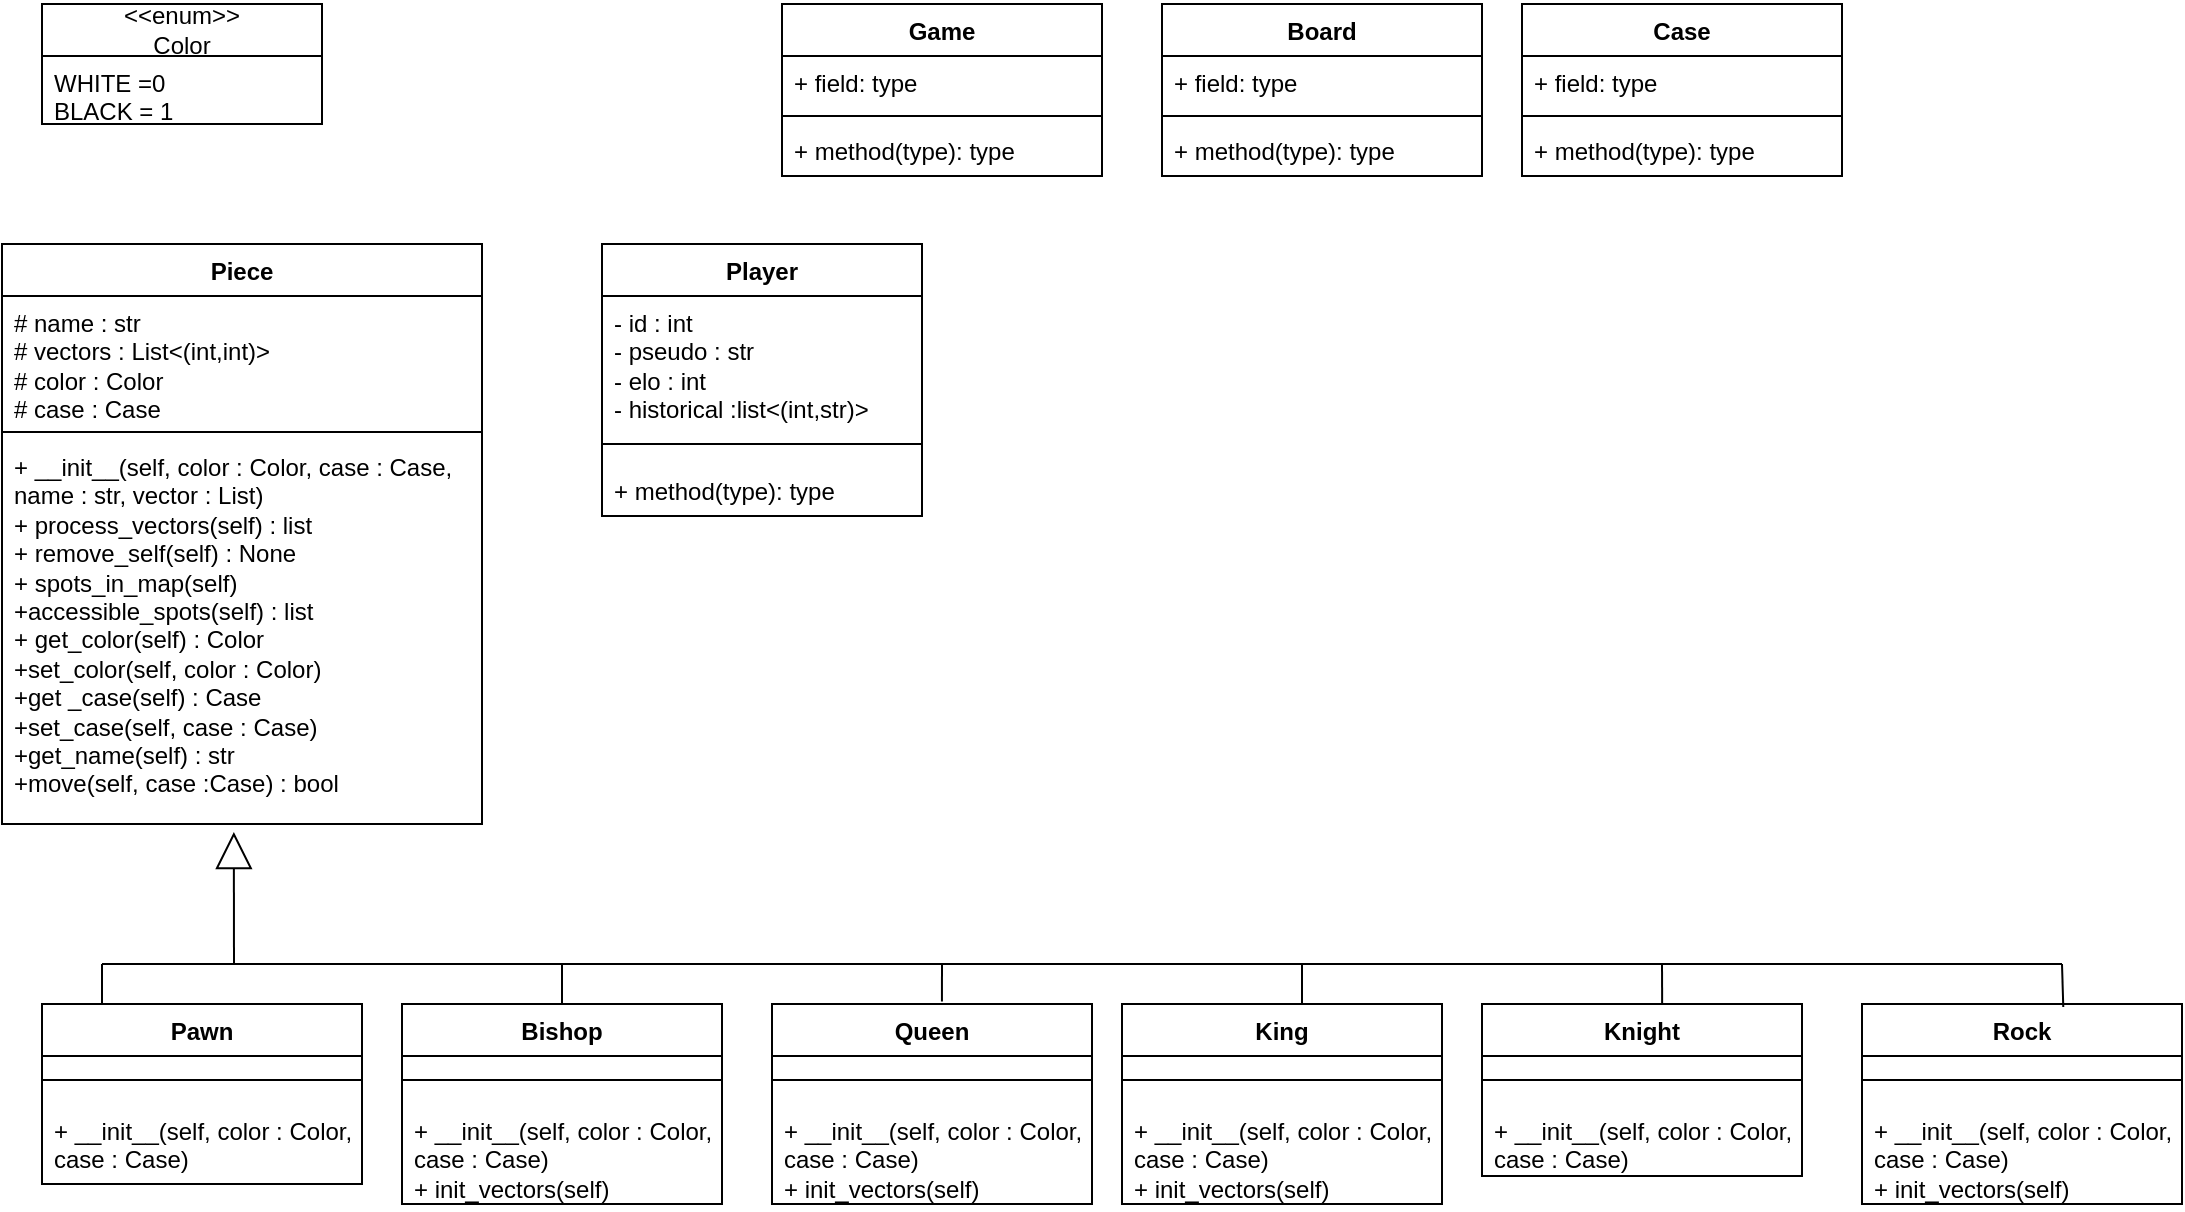
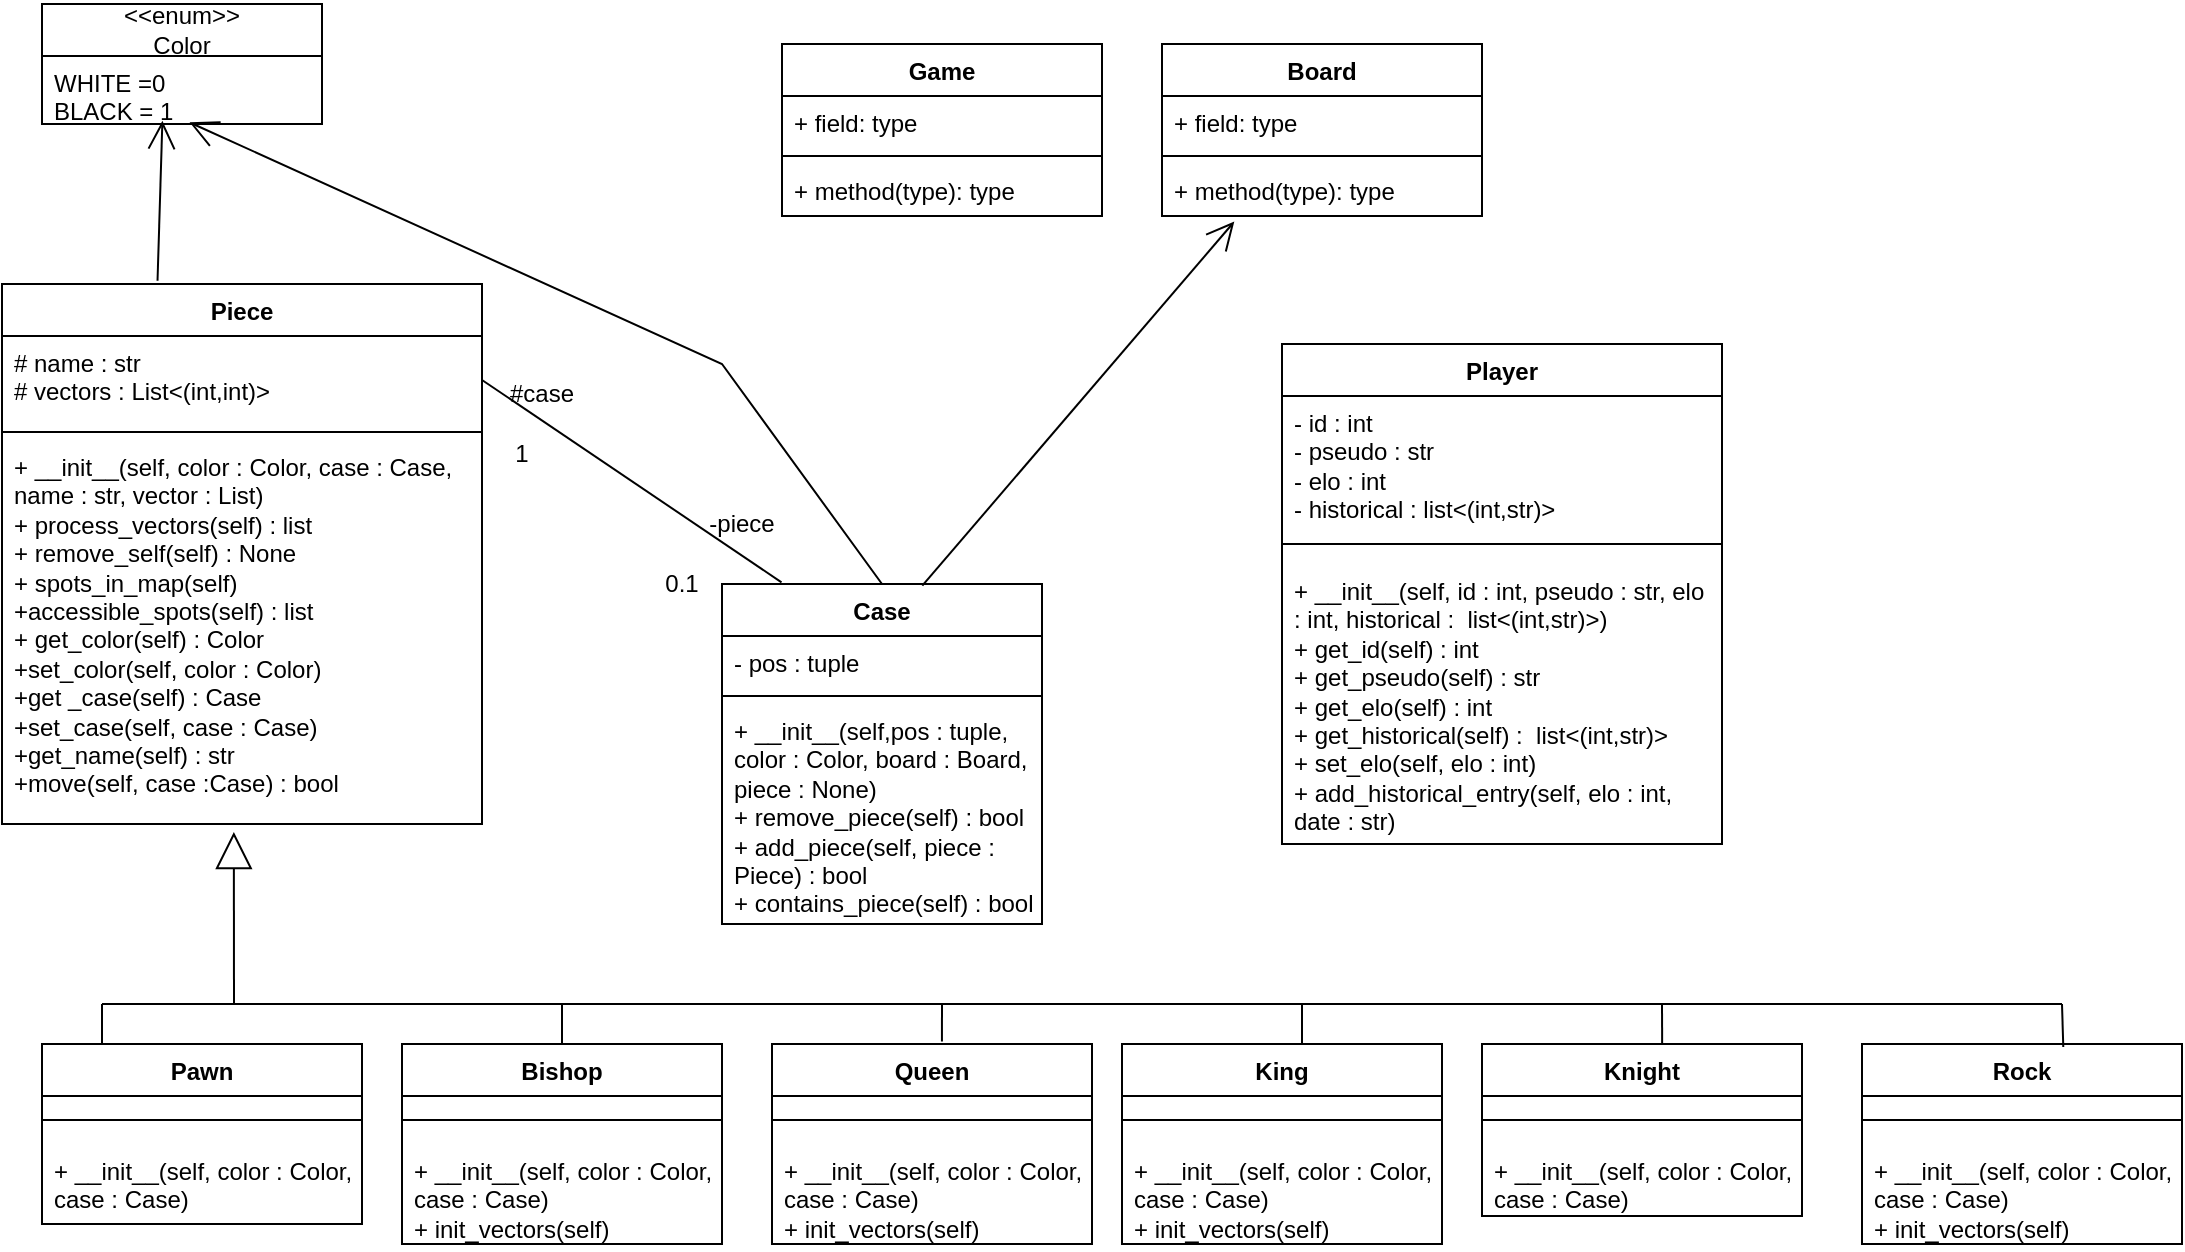
<mxfile host="app.diagrams.net" agent="Mozilla/5.0 (X11; Linux x86_64; rv:146.0) Gecko/20100101 Firefox/146.0" version="29.1.1">
  <diagram name="Page-1" id="ue2nzu8fp39hdbNQRuWm">
    <mxGraphModel dx="1053" dy="668" grid="1" gridSize="10" guides="1" tooltips="1" connect="1" arrows="1" fold="1" page="1" pageScale="1" pageWidth="1169" pageHeight="1654" math="0" shadow="0">
      <root>
        <mxCell id="0" />
        <mxCell id="1" parent="0" />
        <mxCell id="S0ea2ZYKpIamfI4VXVso-1" parent="1" style="swimlane;fontStyle=1;align=center;verticalAlign=top;childLayout=stackLayout;horizontal=1;startSize=26;horizontalStack=0;resizeParent=1;resizeParentMax=0;resizeLast=0;collapsible=1;marginBottom=0;whiteSpace=wrap;html=1;" value="Player" vertex="1">
-           <mxGeometry height="136" width="160" x="350" y="240" as="geometry" />
-         </mxCell>
-         <mxCell id="S0ea2ZYKpIamfI4VXVso-2" parent="S0ea2ZYKpIamfI4VXVso-1" style="text;strokeColor=none;fillColor=none;align=left;verticalAlign=top;spacingLeft=4;spacingRight=4;overflow=hidden;rotatable=0;points=[[0,0.5],[1,0.5]];portConstraint=eastwest;whiteSpace=wrap;html=1;" value="&lt;div&gt;- id : int&lt;/div&gt;&lt;div&gt;- pseudo : str&lt;/div&gt;&lt;div&gt;- elo : int&lt;/div&gt;&lt;div&gt;- historical :list&amp;lt;(int,str)&amp;gt;&lt;/div&gt;" vertex="1">
-           <mxGeometry height="64" width="160" y="26" as="geometry" />
+           <mxGeometry height="250" width="220" x="690" y="270" as="geometry" />
+         </mxCell>
+         <mxCell id="S0ea2ZYKpIamfI4VXVso-2" parent="S0ea2ZYKpIamfI4VXVso-1" style="text;strokeColor=none;fillColor=none;align=left;verticalAlign=top;spacingLeft=4;spacingRight=4;overflow=hidden;rotatable=0;points=[[0,0.5],[1,0.5]];portConstraint=eastwest;whiteSpace=wrap;html=1;" value="&lt;div&gt;- id : int&lt;/div&gt;&lt;div&gt;- pseudo : str&lt;/div&gt;&lt;div&gt;- elo : int&lt;/div&gt;&lt;div&gt;- historical : list&amp;lt;(int,str)&amp;gt;&lt;/div&gt;" vertex="1">
+           <mxGeometry height="64" width="220" y="26" as="geometry" />
        </mxCell>
        <mxCell id="S0ea2ZYKpIamfI4VXVso-3" parent="S0ea2ZYKpIamfI4VXVso-1" style="line;strokeWidth=1;fillColor=none;align=left;verticalAlign=middle;spacingTop=-1;spacingLeft=3;spacingRight=3;rotatable=0;labelPosition=right;points=[];portConstraint=eastwest;strokeColor=inherit;" value="" vertex="1">
-           <mxGeometry height="20" width="160" y="90" as="geometry" />
-         </mxCell>
-         <mxCell id="S0ea2ZYKpIamfI4VXVso-4" parent="S0ea2ZYKpIamfI4VXVso-1" style="text;strokeColor=none;fillColor=none;align=left;verticalAlign=top;spacingLeft=4;spacingRight=4;overflow=hidden;rotatable=0;points=[[0,0.5],[1,0.5]];portConstraint=eastwest;whiteSpace=wrap;html=1;" value="+ method(type): type" vertex="1">
-           <mxGeometry height="26" width="160" y="110" as="geometry" />
+           <mxGeometry height="20" width="220" y="90" as="geometry" />
+         </mxCell>
+         <mxCell id="S0ea2ZYKpIamfI4VXVso-4" parent="S0ea2ZYKpIamfI4VXVso-1" style="text;strokeColor=none;fillColor=none;align=left;verticalAlign=top;spacingLeft=4;spacingRight=4;overflow=hidden;rotatable=0;points=[[0,0.5],[1,0.5]];portConstraint=eastwest;whiteSpace=wrap;html=1;" value="&lt;div&gt;+ __init__(self, id : int, pseudo : str, elo : int, historical :&amp;nbsp; list&amp;lt;(int,str)&amp;gt;)&lt;/div&gt;&lt;div&gt;+ get_id(self) : int&lt;/div&gt;&lt;div&gt;+ get_pseudo(self) : str&lt;/div&gt;&lt;div&gt;+ get_elo(self) : int&lt;/div&gt;&lt;div&gt;+ get_historical(self) :&amp;nbsp; list&amp;lt;(int,str)&amp;gt;&lt;/div&gt;&lt;div&gt;+ set_elo(self, elo : int)&lt;/div&gt;&lt;div&gt;+ add_historical_entry(self, elo : int, date : str)&lt;/div&gt;" vertex="1">
+           <mxGeometry height="140" width="220" y="110" as="geometry" />
        </mxCell>
        <mxCell id="S0ea2ZYKpIamfI4VXVso-5" parent="1" style="swimlane;fontStyle=1;align=center;verticalAlign=top;childLayout=stackLayout;horizontal=1;startSize=26;horizontalStack=0;resizeParent=1;resizeParentMax=0;resizeLast=0;collapsible=1;marginBottom=0;whiteSpace=wrap;html=1;" value="Game" vertex="1">
          <mxGeometry height="86" width="160" x="440" y="120" as="geometry" />
        </mxCell>
        <mxCell id="S0ea2ZYKpIamfI4VXVso-6" parent="S0ea2ZYKpIamfI4VXVso-5" style="text;strokeColor=none;fillColor=none;align=left;verticalAlign=top;spacingLeft=4;spacingRight=4;overflow=hidden;rotatable=0;points=[[0,0.5],[1,0.5]];portConstraint=eastwest;whiteSpace=wrap;html=1;" value="+ field: type" vertex="1">
          <mxGeometry height="26" width="160" y="26" as="geometry" />
        </mxCell>
        <mxCell id="S0ea2ZYKpIamfI4VXVso-7" parent="S0ea2ZYKpIamfI4VXVso-5" style="line;strokeWidth=1;fillColor=none;align=left;verticalAlign=middle;spacingTop=-1;spacingLeft=3;spacingRight=3;rotatable=0;labelPosition=right;points=[];portConstraint=eastwest;strokeColor=inherit;" value="" vertex="1">
          <mxGeometry height="8" width="160" y="52" as="geometry" />
        </mxCell>
        <mxCell id="S0ea2ZYKpIamfI4VXVso-8" parent="S0ea2ZYKpIamfI4VXVso-5" style="text;strokeColor=none;fillColor=none;align=left;verticalAlign=top;spacingLeft=4;spacingRight=4;overflow=hidden;rotatable=0;points=[[0,0.5],[1,0.5]];portConstraint=eastwest;whiteSpace=wrap;html=1;" value="+ method(type): type" vertex="1">
          <mxGeometry height="26" width="160" y="60" as="geometry" />
        </mxCell>
        <mxCell id="S0ea2ZYKpIamfI4VXVso-9" parent="1" style="swimlane;fontStyle=1;align=center;verticalAlign=top;childLayout=stackLayout;horizontal=1;startSize=26;horizontalStack=0;resizeParent=1;resizeParentMax=0;resizeLast=0;collapsible=1;marginBottom=0;whiteSpace=wrap;html=1;" value="Board" vertex="1">
          <mxGeometry height="86" width="160" x="630" y="120" as="geometry" />
        </mxCell>
        <mxCell id="S0ea2ZYKpIamfI4VXVso-10" parent="S0ea2ZYKpIamfI4VXVso-9" style="text;strokeColor=none;fillColor=none;align=left;verticalAlign=top;spacingLeft=4;spacingRight=4;overflow=hidden;rotatable=0;points=[[0,0.5],[1,0.5]];portConstraint=eastwest;whiteSpace=wrap;html=1;" value="+ field: type" vertex="1">
          <mxGeometry height="26" width="160" y="26" as="geometry" />
        </mxCell>
        <mxCell id="S0ea2ZYKpIamfI4VXVso-11" parent="S0ea2ZYKpIamfI4VXVso-9" style="line;strokeWidth=1;fillColor=none;align=left;verticalAlign=middle;spacingTop=-1;spacingLeft=3;spacingRight=3;rotatable=0;labelPosition=right;points=[];portConstraint=eastwest;strokeColor=inherit;" value="" vertex="1">
          <mxGeometry height="8" width="160" y="52" as="geometry" />
        </mxCell>
        <mxCell id="S0ea2ZYKpIamfI4VXVso-12" parent="S0ea2ZYKpIamfI4VXVso-9" style="text;strokeColor=none;fillColor=none;align=left;verticalAlign=top;spacingLeft=4;spacingRight=4;overflow=hidden;rotatable=0;points=[[0,0.5],[1,0.5]];portConstraint=eastwest;whiteSpace=wrap;html=1;" value="+ method(type): type" vertex="1">
          <mxGeometry height="26" width="160" y="60" as="geometry" />
        </mxCell>
        <mxCell id="S0ea2ZYKpIamfI4VXVso-14" parent="1" style="swimlane;fontStyle=1;align=center;verticalAlign=top;childLayout=stackLayout;horizontal=1;startSize=26;horizontalStack=0;resizeParent=1;resizeParentMax=0;resizeLast=0;collapsible=1;marginBottom=0;whiteSpace=wrap;html=1;" value="Case" vertex="1">
-           <mxGeometry height="86" width="160" x="810" y="120" as="geometry" />
-         </mxCell>
-         <mxCell id="S0ea2ZYKpIamfI4VXVso-15" parent="S0ea2ZYKpIamfI4VXVso-14" style="text;strokeColor=none;fillColor=none;align=left;verticalAlign=top;spacingLeft=4;spacingRight=4;overflow=hidden;rotatable=0;points=[[0,0.5],[1,0.5]];portConstraint=eastwest;whiteSpace=wrap;html=1;" value="+ field: type" vertex="1">
+           <mxGeometry height="170" width="160" x="410" y="390" as="geometry" />
+         </mxCell>
+         <mxCell id="S0ea2ZYKpIamfI4VXVso-15" parent="S0ea2ZYKpIamfI4VXVso-14" style="text;strokeColor=none;fillColor=none;align=left;verticalAlign=top;spacingLeft=4;spacingRight=4;overflow=hidden;rotatable=0;points=[[0,0.5],[1,0.5]];portConstraint=eastwest;whiteSpace=wrap;html=1;" value="- pos : tuple" vertex="1">
          <mxGeometry height="26" width="160" y="26" as="geometry" />
        </mxCell>
        <mxCell id="S0ea2ZYKpIamfI4VXVso-16" parent="S0ea2ZYKpIamfI4VXVso-14" style="line;strokeWidth=1;fillColor=none;align=left;verticalAlign=middle;spacingTop=-1;spacingLeft=3;spacingRight=3;rotatable=0;labelPosition=right;points=[];portConstraint=eastwest;strokeColor=inherit;" value="" vertex="1">
          <mxGeometry height="8" width="160" y="52" as="geometry" />
        </mxCell>
-         <mxCell id="S0ea2ZYKpIamfI4VXVso-17" parent="S0ea2ZYKpIamfI4VXVso-14" style="text;strokeColor=none;fillColor=none;align=left;verticalAlign=top;spacingLeft=4;spacingRight=4;overflow=hidden;rotatable=0;points=[[0,0.5],[1,0.5]];portConstraint=eastwest;whiteSpace=wrap;html=1;" value="+ method(type): type" vertex="1">
-           <mxGeometry height="26" width="160" y="60" as="geometry" />
+         <mxCell id="S0ea2ZYKpIamfI4VXVso-17" parent="S0ea2ZYKpIamfI4VXVso-14" style="text;strokeColor=none;fillColor=none;align=left;verticalAlign=top;spacingLeft=4;spacingRight=4;overflow=hidden;rotatable=0;points=[[0,0.5],[1,0.5]];portConstraint=eastwest;whiteSpace=wrap;html=1;" value="&lt;div&gt;+ __init__(self,pos : tuple, color : Color, board : Board, piece : None)&lt;/div&gt;&lt;div&gt;+ remove_piece(self) : bool&lt;/div&gt;&lt;div&gt;+ add_piece(self, piece : Piece) : bool&lt;/div&gt;&lt;div&gt;+ contains_piece(self) : bool&lt;/div&gt;" vertex="1">
+           <mxGeometry height="110" width="160" y="60" as="geometry" />
        </mxCell>
        <mxCell id="S0ea2ZYKpIamfI4VXVso-18" parent="1" style="swimlane;fontStyle=1;align=center;verticalAlign=top;childLayout=stackLayout;horizontal=1;startSize=26;horizontalStack=0;resizeParent=1;resizeParentMax=0;resizeLast=0;collapsible=1;marginBottom=0;whiteSpace=wrap;html=1;" value="Piece" vertex="1">
-           <mxGeometry height="290" width="240" x="50" y="240" as="geometry" />
-         </mxCell>
-         <mxCell id="S0ea2ZYKpIamfI4VXVso-19" parent="S0ea2ZYKpIamfI4VXVso-18" style="text;strokeColor=none;fillColor=none;align=left;verticalAlign=top;spacingLeft=4;spacingRight=4;overflow=hidden;rotatable=0;points=[[0,0.5],[1,0.5]];portConstraint=eastwest;whiteSpace=wrap;html=1;" value="&lt;div&gt;# name : str&lt;/div&gt;&lt;div&gt;# vectors : List&amp;lt;(int,int)&amp;gt;&lt;/div&gt;&lt;div&gt;# color : Color&lt;/div&gt;&lt;div&gt;# case : Case&lt;/div&gt;" vertex="1">
-           <mxGeometry height="64" width="240" y="26" as="geometry" />
+           <mxGeometry height="270" width="240" x="50" y="240" as="geometry" />
+         </mxCell>
+         <mxCell id="S0ea2ZYKpIamfI4VXVso-19" parent="S0ea2ZYKpIamfI4VXVso-18" style="text;strokeColor=none;fillColor=none;align=left;verticalAlign=top;spacingLeft=4;spacingRight=4;overflow=hidden;rotatable=0;points=[[0,0.5],[1,0.5]];portConstraint=eastwest;whiteSpace=wrap;html=1;" value="&lt;div&gt;# name : str&lt;/div&gt;&lt;div&gt;# vectors : List&amp;lt;(int,int)&amp;gt;&lt;/div&gt;" vertex="1">
+           <mxGeometry height="44" width="240" y="26" as="geometry" />
        </mxCell>
        <mxCell id="S0ea2ZYKpIamfI4VXVso-20" parent="S0ea2ZYKpIamfI4VXVso-18" style="line;strokeWidth=1;fillColor=none;align=left;verticalAlign=middle;spacingTop=-1;spacingLeft=3;spacingRight=3;rotatable=0;labelPosition=right;points=[];portConstraint=eastwest;strokeColor=inherit;" value="" vertex="1">
-           <mxGeometry height="8" width="240" y="90" as="geometry" />
+           <mxGeometry height="8" width="240" y="70" as="geometry" />
        </mxCell>
        <mxCell id="S0ea2ZYKpIamfI4VXVso-21" parent="S0ea2ZYKpIamfI4VXVso-18" style="text;strokeColor=none;fillColor=none;align=left;verticalAlign=top;spacingLeft=4;spacingRight=4;overflow=hidden;rotatable=0;points=[[0,0.5],[1,0.5]];portConstraint=eastwest;whiteSpace=wrap;html=1;" value="&lt;div&gt;+ __init__(self, color : Color, case : Case, name : str, vector : List)&lt;/div&gt;&lt;div&gt;+ process_vectors(self) : list&lt;/div&gt;&lt;div&gt;+ remove_self(self) : None&lt;/div&gt;&lt;div&gt;+ spots_in_map(self)&lt;/div&gt;&lt;div&gt;+accessible_spots(self) : list&lt;/div&gt;&lt;div&gt;+ get_color(self) : Color&lt;/div&gt;&lt;div&gt;+set_color(self, color : Color)&lt;/div&gt;&lt;div&gt;+get _case(self) : Case&lt;/div&gt;&lt;div&gt;+set_case(self, case : Case)&lt;/div&gt;&lt;div&gt;+get_name(self) : str&lt;/div&gt;&lt;div&gt;+move(self, case :Case) : bool&lt;/div&gt;" vertex="1">
-           <mxGeometry height="192" width="240" y="98" as="geometry" />
+           <mxGeometry height="192" width="240" y="78" as="geometry" />
        </mxCell>
        <mxCell id="S0ea2ZYKpIamfI4VXVso-22" parent="1" style="swimlane;fontStyle=1;align=center;verticalAlign=top;childLayout=stackLayout;horizontal=1;startSize=26;horizontalStack=0;resizeParent=1;resizeParentMax=0;resizeLast=0;collapsible=1;marginBottom=0;whiteSpace=wrap;html=1;" value="Pawn" vertex="1">
          <mxGeometry height="90" width="160" x="70" y="620" as="geometry" />
        </mxCell>
        <mxCell id="S0ea2ZYKpIamfI4VXVso-24" parent="S0ea2ZYKpIamfI4VXVso-22" style="line;strokeWidth=1;fillColor=none;align=left;verticalAlign=middle;spacingTop=-1;spacingLeft=3;spacingRight=3;rotatable=0;labelPosition=right;points=[];portConstraint=eastwest;strokeColor=inherit;" value="" vertex="1">
          <mxGeometry height="24" width="160" y="26" as="geometry" />
        </mxCell>
        <mxCell id="S0ea2ZYKpIamfI4VXVso-25" parent="S0ea2ZYKpIamfI4VXVso-22" style="text;strokeColor=none;fillColor=none;align=left;verticalAlign=top;spacingLeft=4;spacingRight=4;overflow=hidden;rotatable=0;points=[[0,0.5],[1,0.5]];portConstraint=eastwest;whiteSpace=wrap;html=1;" value="&lt;div&gt;+ __init__(self, color : Color, case : Case)&lt;/div&gt;" vertex="1">
          <mxGeometry height="40" width="160" y="50" as="geometry" />
        </mxCell>
        <mxCell id="S0ea2ZYKpIamfI4VXVso-27" parent="1" style="swimlane;fontStyle=1;align=center;verticalAlign=top;childLayout=stackLayout;horizontal=1;startSize=26;horizontalStack=0;resizeParent=1;resizeParentMax=0;resizeLast=0;collapsible=1;marginBottom=0;whiteSpace=wrap;html=1;" value="Bishop" vertex="1">
          <mxGeometry height="100" width="160" x="250" y="620" as="geometry" />
        </mxCell>
        <mxCell id="S0ea2ZYKpIamfI4VXVso-29" parent="S0ea2ZYKpIamfI4VXVso-27" style="line;strokeWidth=1;fillColor=none;align=left;verticalAlign=middle;spacingTop=-1;spacingLeft=3;spacingRight=3;rotatable=0;labelPosition=right;points=[];portConstraint=eastwest;strokeColor=inherit;" value="" vertex="1">
          <mxGeometry height="24" width="160" y="26" as="geometry" />
        </mxCell>
        <mxCell id="S0ea2ZYKpIamfI4VXVso-30" parent="S0ea2ZYKpIamfI4VXVso-27" style="text;strokeColor=none;fillColor=none;align=left;verticalAlign=top;spacingLeft=4;spacingRight=4;overflow=hidden;rotatable=0;points=[[0,0.5],[1,0.5]];portConstraint=eastwest;whiteSpace=wrap;html=1;" value="&lt;div&gt;+ __init__(self, color : Color, case : Case)&lt;/div&gt;&lt;div&gt;+ init_vectors(self)&lt;/div&gt;" vertex="1">
          <mxGeometry height="50" width="160" y="50" as="geometry" />
        </mxCell>
        <mxCell id="S0ea2ZYKpIamfI4VXVso-31" parent="1" style="swimlane;fontStyle=1;align=center;verticalAlign=top;childLayout=stackLayout;horizontal=1;startSize=26;horizontalStack=0;resizeParent=1;resizeParentMax=0;resizeLast=0;collapsible=1;marginBottom=0;whiteSpace=wrap;html=1;" value="Queen" vertex="1">
          <mxGeometry height="100" width="160" x="435" y="620" as="geometry" />
        </mxCell>
        <mxCell id="S0ea2ZYKpIamfI4VXVso-33" parent="S0ea2ZYKpIamfI4VXVso-31" style="line;strokeWidth=1;fillColor=none;align=left;verticalAlign=middle;spacingTop=-1;spacingLeft=3;spacingRight=3;rotatable=0;labelPosition=right;points=[];portConstraint=eastwest;strokeColor=inherit;" value="" vertex="1">
          <mxGeometry height="24" width="160" y="26" as="geometry" />
        </mxCell>
        <mxCell id="S0ea2ZYKpIamfI4VXVso-34" parent="S0ea2ZYKpIamfI4VXVso-31" style="text;strokeColor=none;fillColor=none;align=left;verticalAlign=top;spacingLeft=4;spacingRight=4;overflow=hidden;rotatable=0;points=[[0,0.5],[1,0.5]];portConstraint=eastwest;whiteSpace=wrap;html=1;" value="&lt;div&gt;+ __init__(self, color : Color, case : Case)&lt;/div&gt;&lt;div&gt;+ init_vectors(self)&lt;/div&gt;" vertex="1">
          <mxGeometry height="50" width="160" y="50" as="geometry" />
        </mxCell>
        <mxCell id="S0ea2ZYKpIamfI4VXVso-35" parent="1" style="swimlane;fontStyle=1;align=center;verticalAlign=top;childLayout=stackLayout;horizontal=1;startSize=26;horizontalStack=0;resizeParent=1;resizeParentMax=0;resizeLast=0;collapsible=1;marginBottom=0;whiteSpace=wrap;html=1;" value="King" vertex="1">
          <mxGeometry height="100" width="160" x="610" y="620" as="geometry" />
        </mxCell>
        <mxCell id="S0ea2ZYKpIamfI4VXVso-37" parent="S0ea2ZYKpIamfI4VXVso-35" style="line;strokeWidth=1;fillColor=none;align=left;verticalAlign=middle;spacingTop=-1;spacingLeft=3;spacingRight=3;rotatable=0;labelPosition=right;points=[];portConstraint=eastwest;strokeColor=inherit;" value="" vertex="1">
          <mxGeometry height="24" width="160" y="26" as="geometry" />
        </mxCell>
        <mxCell id="S0ea2ZYKpIamfI4VXVso-38" parent="S0ea2ZYKpIamfI4VXVso-35" style="text;strokeColor=none;fillColor=none;align=left;verticalAlign=top;spacingLeft=4;spacingRight=4;overflow=hidden;rotatable=0;points=[[0,0.5],[1,0.5]];portConstraint=eastwest;whiteSpace=wrap;html=1;" value="&lt;div&gt;+ __init__(self, color : Color, case : Case)&lt;/div&gt;&lt;div&gt;+ init_vectors(self)&lt;/div&gt;" vertex="1">
          <mxGeometry height="50" width="160" y="50" as="geometry" />
        </mxCell>
        <mxCell id="S0ea2ZYKpIamfI4VXVso-39" parent="1" style="swimlane;fontStyle=1;align=center;verticalAlign=top;childLayout=stackLayout;horizontal=1;startSize=26;horizontalStack=0;resizeParent=1;resizeParentMax=0;resizeLast=0;collapsible=1;marginBottom=0;whiteSpace=wrap;html=1;" value="Knight" vertex="1">
          <mxGeometry height="86" width="160" x="790" y="620" as="geometry" />
        </mxCell>
        <mxCell id="S0ea2ZYKpIamfI4VXVso-41" parent="S0ea2ZYKpIamfI4VXVso-39" style="line;strokeWidth=1;fillColor=none;align=left;verticalAlign=middle;spacingTop=-1;spacingLeft=3;spacingRight=3;rotatable=0;labelPosition=right;points=[];portConstraint=eastwest;strokeColor=inherit;" value="" vertex="1">
          <mxGeometry height="24" width="160" y="26" as="geometry" />
        </mxCell>
        <mxCell id="S0ea2ZYKpIamfI4VXVso-42" parent="S0ea2ZYKpIamfI4VXVso-39" style="text;strokeColor=none;fillColor=none;align=left;verticalAlign=top;spacingLeft=4;spacingRight=4;overflow=hidden;rotatable=0;points=[[0,0.5],[1,0.5]];portConstraint=eastwest;whiteSpace=wrap;html=1;" value="&lt;div&gt;+ __init__(self, color : Color, case : Case)&lt;/div&gt;" vertex="1">
          <mxGeometry height="36" width="160" y="50" as="geometry" />
        </mxCell>
        <mxCell id="S0ea2ZYKpIamfI4VXVso-43" parent="1" style="swimlane;fontStyle=1;align=center;verticalAlign=top;childLayout=stackLayout;horizontal=1;startSize=26;horizontalStack=0;resizeParent=1;resizeParentMax=0;resizeLast=0;collapsible=1;marginBottom=0;whiteSpace=wrap;html=1;" value="Rock" vertex="1">
          <mxGeometry height="100" width="160" x="980" y="620" as="geometry" />
        </mxCell>
        <mxCell id="S0ea2ZYKpIamfI4VXVso-45" parent="S0ea2ZYKpIamfI4VXVso-43" style="line;strokeWidth=1;fillColor=none;align=left;verticalAlign=middle;spacingTop=-1;spacingLeft=3;spacingRight=3;rotatable=0;labelPosition=right;points=[];portConstraint=eastwest;strokeColor=inherit;" value="" vertex="1">
          <mxGeometry height="24" width="160" y="26" as="geometry" />
        </mxCell>
        <mxCell id="S0ea2ZYKpIamfI4VXVso-46" parent="S0ea2ZYKpIamfI4VXVso-43" style="text;strokeColor=none;fillColor=none;align=left;verticalAlign=top;spacingLeft=4;spacingRight=4;overflow=hidden;rotatable=0;points=[[0,0.5],[1,0.5]];portConstraint=eastwest;whiteSpace=wrap;html=1;" value="&lt;div&gt;+ __init__(self, color : Color, case : Case)&lt;/div&gt;&lt;div&gt;+ init_vectors(self)&lt;/div&gt;" vertex="1">
          <mxGeometry height="50" width="160" y="50" as="geometry" />
        </mxCell>
        <mxCell id="RvrVx3QbLvxbVOcMWla0-1" edge="1" parent="1" style="endArrow=block;endSize=16;endFill=0;html=1;rounded=0;entryX=0.483;entryY=1.021;entryDx=0;entryDy=0;entryPerimeter=0;" target="S0ea2ZYKpIamfI4VXVso-21" value="">
          <mxGeometry relative="1" width="160" as="geometry">
            <mxPoint x="166" y="600" as="sourcePoint" />
            <mxPoint x="390" y="570" as="targetPoint" />
          </mxGeometry>
        </mxCell>
        <mxCell id="RvrVx3QbLvxbVOcMWla0-3" edge="1" parent="1" style="endArrow=none;html=1;rounded=0;" value="">
          <mxGeometry height="50" relative="1" width="50" as="geometry">
            <mxPoint x="100" y="600" as="sourcePoint" />
            <mxPoint x="1080" y="600" as="targetPoint" />
          </mxGeometry>
        </mxCell>
        <mxCell id="RvrVx3QbLvxbVOcMWla0-4" edge="1" parent="1" style="endArrow=none;html=1;rounded=0;" value="">
          <mxGeometry height="50" relative="1" width="50" as="geometry">
            <mxPoint x="100" y="620" as="sourcePoint" />
            <mxPoint x="100" y="600" as="targetPoint" />
          </mxGeometry>
        </mxCell>
        <mxCell id="RvrVx3QbLvxbVOcMWla0-5" edge="1" parent="1" source="S0ea2ZYKpIamfI4VXVso-27" style="endArrow=none;html=1;rounded=0;exitX=0.5;exitY=0;exitDx=0;exitDy=0;" value="">
          <mxGeometry height="50" relative="1" width="50" as="geometry">
            <mxPoint x="110" y="630" as="sourcePoint" />
            <mxPoint x="330" y="600" as="targetPoint" />
          </mxGeometry>
        </mxCell>
        <mxCell id="RvrVx3QbLvxbVOcMWla0-7" edge="1" parent="1" source="S0ea2ZYKpIamfI4VXVso-31" style="endArrow=none;html=1;rounded=0;exitX=0.531;exitY=-0.012;exitDx=0;exitDy=0;exitPerimeter=0;" value="">
          <mxGeometry height="50" relative="1" width="50" as="geometry">
            <mxPoint x="340" y="630" as="sourcePoint" />
            <mxPoint x="520" y="600" as="targetPoint" />
          </mxGeometry>
        </mxCell>
        <mxCell id="RvrVx3QbLvxbVOcMWla0-8" edge="1" parent="1" style="endArrow=none;html=1;rounded=0;" value="">
          <mxGeometry height="50" relative="1" width="50" as="geometry">
            <mxPoint x="700" y="620" as="sourcePoint" />
            <mxPoint x="700" y="600" as="targetPoint" />
          </mxGeometry>
        </mxCell>
        <mxCell id="RvrVx3QbLvxbVOcMWla0-9" edge="1" parent="1" source="S0ea2ZYKpIamfI4VXVso-39" style="endArrow=none;html=1;rounded=0;exitX=0.563;exitY=-0.005;exitDx=0;exitDy=0;exitPerimeter=0;" value="">
          <mxGeometry height="50" relative="1" width="50" as="geometry">
            <mxPoint x="710" y="630" as="sourcePoint" />
            <mxPoint x="880" y="600" as="targetPoint" />
          </mxGeometry>
        </mxCell>
        <mxCell id="RvrVx3QbLvxbVOcMWla0-10" edge="1" parent="1" source="S0ea2ZYKpIamfI4VXVso-43" style="endArrow=none;html=1;rounded=0;exitX=0.629;exitY=0.015;exitDx=0;exitDy=0;exitPerimeter=0;" value="">
          <mxGeometry height="50" relative="1" width="50" as="geometry">
            <mxPoint x="1060" y="618" as="sourcePoint" />
            <mxPoint x="1080" y="600" as="targetPoint" />
          </mxGeometry>
        </mxCell>
        <mxCell id="RvrVx3QbLvxbVOcMWla0-11" parent="1" style="swimlane;fontStyle=0;childLayout=stackLayout;horizontal=1;startSize=26;fillColor=none;horizontalStack=0;resizeParent=1;resizeParentMax=0;resizeLast=0;collapsible=1;marginBottom=0;whiteSpace=wrap;html=1;" value="&amp;lt;&amp;lt;enum&amp;gt;&amp;gt;&lt;br&gt;Color" vertex="1">
-           <mxGeometry height="60" width="140" x="70" y="120" as="geometry" />
+           <mxGeometry height="60" width="140" x="70" y="100" as="geometry" />
        </mxCell>
        <mxCell id="RvrVx3QbLvxbVOcMWla0-12" parent="RvrVx3QbLvxbVOcMWla0-11" style="text;strokeColor=none;fillColor=none;align=left;verticalAlign=top;spacingLeft=4;spacingRight=4;overflow=hidden;rotatable=0;points=[[0,0.5],[1,0.5]];portConstraint=eastwest;whiteSpace=wrap;html=1;" value="&lt;div&gt;WHITE =0&lt;/div&gt;&lt;div&gt;BLACK = 1&lt;/div&gt;" vertex="1">
          <mxGeometry height="34" width="140" y="26" as="geometry" />
+         </mxCell>
+         <mxCell id="RvrVx3QbLvxbVOcMWla0-15" edge="1" parent="1" source="S0ea2ZYKpIamfI4VXVso-19" style="endArrow=none;html=1;rounded=0;exitX=1;exitY=0.5;exitDx=0;exitDy=0;entryX=0.186;entryY=-0.005;entryDx=0;entryDy=0;entryPerimeter=0;" target="S0ea2ZYKpIamfI4VXVso-14" value="">
+           <mxGeometry height="50" relative="1" width="50" as="geometry">
+             <mxPoint x="480" y="440" as="sourcePoint" />
+             <mxPoint x="530" y="390" as="targetPoint" />
+           </mxGeometry>
+         </mxCell>
+         <mxCell id="RvrVx3QbLvxbVOcMWla0-16" parent="1" style="text;html=1;whiteSpace=wrap;strokeColor=none;fillColor=none;align=center;verticalAlign=middle;rounded=0;" value="#case" vertex="1">
+           <mxGeometry height="30" width="60" x="290" y="280" as="geometry" />
+         </mxCell>
+         <mxCell id="RvrVx3QbLvxbVOcMWla0-17" parent="1" style="text;html=1;whiteSpace=wrap;strokeColor=none;fillColor=none;align=center;verticalAlign=middle;rounded=0;" value="1" vertex="1">
+           <mxGeometry height="30" width="60" x="280" y="310" as="geometry" />
+         </mxCell>
+         <mxCell id="RvrVx3QbLvxbVOcMWla0-18" parent="1" style="text;html=1;whiteSpace=wrap;strokeColor=none;fillColor=none;align=center;verticalAlign=middle;rounded=0;" value="-piece" vertex="1">
+           <mxGeometry height="20" width="40" x="400" y="350" as="geometry" />
+         </mxCell>
+         <mxCell id="RvrVx3QbLvxbVOcMWla0-19" parent="1" style="text;html=1;whiteSpace=wrap;strokeColor=none;fillColor=none;align=center;verticalAlign=middle;rounded=0;" value="0.1" vertex="1">
+           <mxGeometry height="20" width="20" x="380" y="380" as="geometry" />
+         </mxCell>
+         <mxCell id="RvrVx3QbLvxbVOcMWla0-20" edge="1" parent="1" source="S0ea2ZYKpIamfI4VXVso-18" style="endArrow=open;endFill=1;endSize=12;html=1;rounded=0;entryX=0.43;entryY=0.953;entryDx=0;entryDy=0;entryPerimeter=0;exitX=0.324;exitY=-0.006;exitDx=0;exitDy=0;exitPerimeter=0;" target="RvrVx3QbLvxbVOcMWla0-12" value="">
+           <mxGeometry relative="1" width="160" as="geometry">
+             <mxPoint x="420" y="410" as="sourcePoint" />
+             <mxPoint x="580" y="410" as="targetPoint" />
+           </mxGeometry>
+         </mxCell>
+         <mxCell id="RvrVx3QbLvxbVOcMWla0-21" edge="1" parent="1" source="S0ea2ZYKpIamfI4VXVso-14" style="endArrow=open;endFill=1;endSize=12;html=1;rounded=0;entryX=0.527;entryY=0.976;entryDx=0;entryDy=0;entryPerimeter=0;exitX=0.5;exitY=0;exitDx=0;exitDy=0;" target="RvrVx3QbLvxbVOcMWla0-12" value="">
+           <mxGeometry relative="1" width="160" as="geometry">
+             <Array as="points">
+               <mxPoint x="410" y="280" />
+             </Array>
+             <mxPoint x="138" y="248" as="sourcePoint" />
+             <mxPoint x="140" y="188" as="targetPoint" />
+           </mxGeometry>
+         </mxCell>
+         <mxCell id="RvrVx3QbLvxbVOcMWla0-24" edge="1" parent="1" source="S0ea2ZYKpIamfI4VXVso-14" style="endArrow=open;endFill=1;endSize=12;html=1;rounded=0;entryX=0.226;entryY=1.108;entryDx=0;entryDy=0;entryPerimeter=0;exitX=0.626;exitY=0.005;exitDx=0;exitDy=0;exitPerimeter=0;" target="S0ea2ZYKpIamfI4VXVso-12" value="">
+           <mxGeometry relative="1" width="160" as="geometry">
+             <mxPoint x="138" y="248" as="sourcePoint" />
+             <mxPoint x="140" y="168" as="targetPoint" />
+           </mxGeometry>
        </mxCell>
      </root>
    </mxGraphModel>
  </diagram>
</mxfile>
